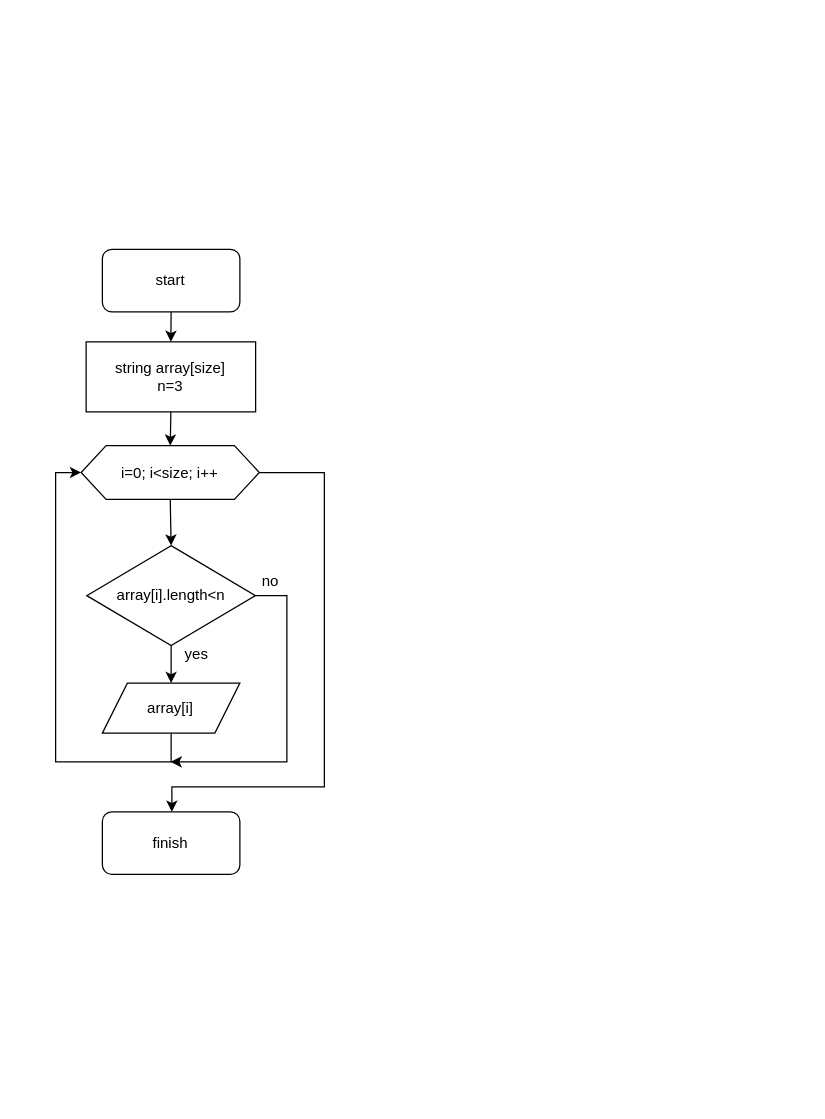
Above: block_diagram.drawio in lcoolerl/Itogovaja (draw.io), before the change. Source tidied: cells renumbered, new cells numbered last; positions are measured from the earlier drawing's top-left corner, leaving out a move shared by most shapes. Both pictures are drawn from the tidied source at 125%, with x=0, y=0 at pixel (55, 249).
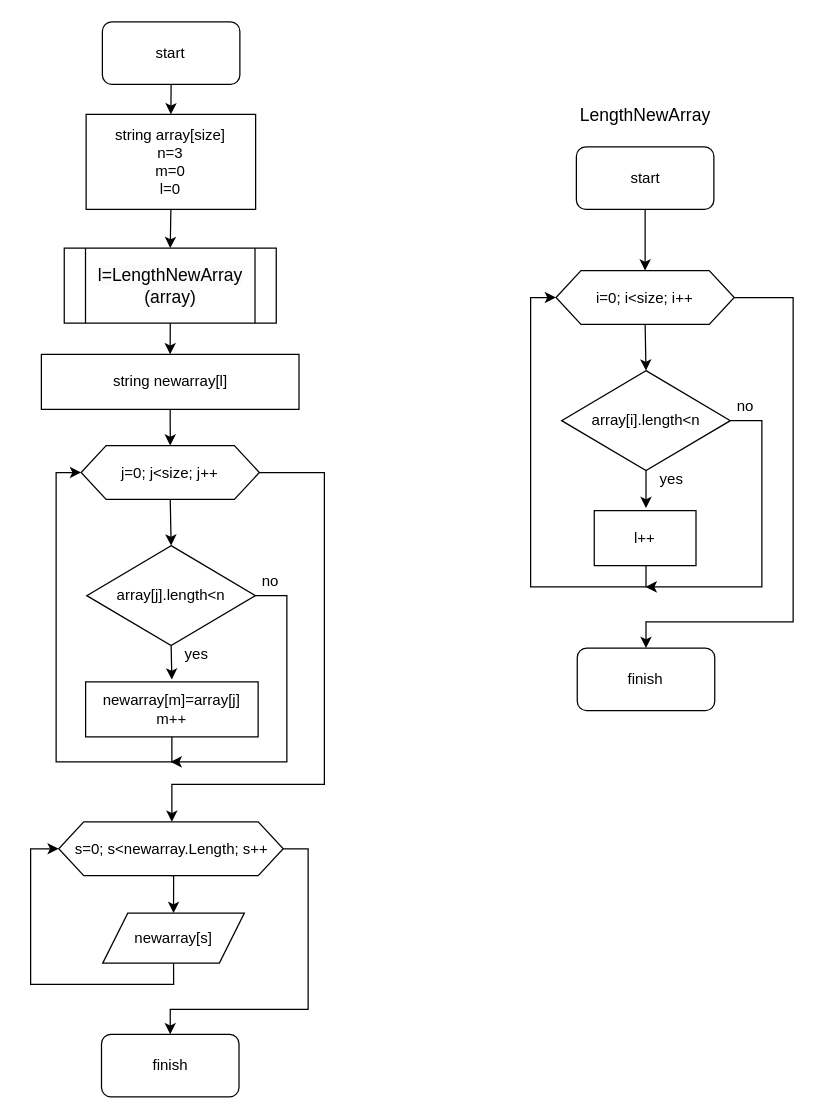
The same page after the edit.

Commit message (it also covers changes not shown here):
new block_diagram s funkciei

The edit, as a diff of the source:
```diff
@@
     <mxCell id="3" value="start" style="rounded=1;whiteSpace=wrap;html=1;" parent="1" vertex="1">
-      <mxGeometry x="37.4" width="110" height="50" as="geometry" />
+      <mxGeometry x="37.4" y="-182" width="110" height="50" as="geometry" />
     </mxCell>
-    <mxCell id="4" style="edgeStyle=orthogonalEdgeStyle;rounded=0;jettySize=auto;html=1;exitX=0.5;exitY=1;exitDx=0;exitDy=0;entryX=0.5;entryY=0;entryDx=0;entryDy=0;" parent="1" edge="1" source="5" target="16">
-      <mxGeometry relative="1" as="geometry" />
-    </mxCell>
+    <mxCell id="17" style="edgeStyle=orthogonalEdgeStyle;rounded=0;jettySize=auto;html=1;exitX=0.5;exitY=1;exitDx=0;exitDy=0;entryX=0.5;entryY=0;entryDx=0;entryDy=0;" parent="1" edge="1" source="5" target="19">
+      <mxGeometry relative="1" as="geometry" />
+    </mxCell>
-    <mxCell id="5" value="string array[size]&lt;div&gt;n=3&lt;/div&gt;" style="rounded=0;whiteSpace=wrap;html=1;" parent="1" vertex="1">
-      <mxGeometry x="24.4" y="74" width="135.6" height="56" as="geometry" />
+    <mxCell id="5" value="string array[size]&lt;div&gt;n=3&lt;/div&gt;&lt;div&gt;m=0&lt;/div&gt;&lt;div&gt;l=0&lt;/div&gt;" style="rounded=0;whiteSpace=wrap;html=1;" parent="1" vertex="1">
+      <mxGeometry x="24.4" y="-108" width="135.6" height="76" as="geometry" />
     </mxCell>
-    <mxCell id="6" style="edgeStyle=orthogonalEdgeStyle;rounded=0;jettySize=auto;html=1;exitX=0.5;exitY=1;exitDx=0;exitDy=0;entryX=0.5;entryY=0;entryDx=0;entryDy=0;" parent="1" edge="1" source="8" target="10">
+    <mxCell id="6" style="edgeStyle=orthogonalEdgeStyle;rounded=0;jettySize=auto;html=1;exitX=0.5;exitY=1;exitDx=0;exitDy=0;entryX=0.5;entryY=-0.042;entryDx=0;entryDy=0;entryPerimeter=0;" parent="1" edge="1" source="8" target="42">
       <mxGeometry relative="1" as="geometry" />
     </mxCell>
@@
-    <mxCell id="8" value="array[i].length&amp;lt;n" style="rhombus;whiteSpace=wrap;html=1;" parent="1" vertex="1">
+    <mxCell id="8" value="array[j].length&amp;lt;n" style="rhombus;whiteSpace=wrap;html=1;" parent="1" vertex="1">
       <mxGeometry x="24.9" y="237" width="135" height="80" as="geometry" />
     </mxCell>
-    <mxCell id="9" style="edgeStyle=orthogonalEdgeStyle;rounded=0;jettySize=auto;html=1;exitX=0.5;exitY=1;exitDx=0;exitDy=0;entryX=0;entryY=0.5;entryDx=0;entryDy=0;" parent="1" edge="1" source="10" target="16">
-      <mxGeometry relative="1" as="geometry">
-        <Array as="points">
-          <mxPoint x="92" y="410" />
-          <mxPoint y="410" />
-          <mxPoint y="179" />
-        </Array>
-      </mxGeometry>
-    </mxCell>
-    <mxCell id="10" value="array[i]" style="shape=parallelogram;perimeter=parallelogramPerimeter;whiteSpace=wrap;html=1;fixedSize=1;" parent="1" vertex="1">
-      <mxGeometry x="37.4" y="347" width="110" height="40" as="geometry" />
-    </mxCell>
@@
     <mxCell id="13" value="finish" style="rounded=1;whiteSpace=wrap;html=1;" parent="1" vertex="1">
-      <mxGeometry x="37.4" y="450" width="110" height="50" as="geometry" />
+      <mxGeometry x="36.7" y="628" width="110" height="50" as="geometry" />
     </mxCell>
@@
-    <mxCell id="15" style="edgeStyle=orthogonalEdgeStyle;rounded=0;jettySize=auto;html=1;exitX=1;exitY=0.5;exitDx=0;exitDy=0;" parent="1" edge="1" source="16" target="13">
+    <mxCell id="15" style="edgeStyle=orthogonalEdgeStyle;rounded=0;jettySize=auto;html=1;exitX=1;exitY=0.5;exitDx=0;exitDy=0;" parent="1" edge="1" source="16">
       <mxGeometry relative="1" as="geometry">
+        <mxPoint x="93" y="458" as="targetPoint" />
         <Array as="points">
           <mxPoint x="215" y="179" />
-          <mxPoint x="215" y="430" />
-          <mxPoint x="93" y="430" />
+          <mxPoint x="215" y="428" />
+          <mxPoint x="93" y="428" />
         </Array>
       </mxGeometry>
     </mxCell>
-    <mxCell id="16" value="i=0; i&amp;lt;size; i++" style="shape=hexagon;perimeter=hexagonPerimeter2;whiteSpace=wrap;html=1;fixedSize=1;" parent="1" vertex="1">
+    <mxCell id="16" value="j=0; j&amp;lt;size; j++" style="shape=hexagon;perimeter=hexagonPerimeter2;whiteSpace=wrap;html=1;fixedSize=1;" parent="1" vertex="1">
       <mxGeometry x="20.4" y="157" width="142.6" height="43" as="geometry" />
     </mxCell>
+    <mxCell id="18" style="edgeStyle=orthogonalEdgeStyle;rounded=0;jettySize=auto;html=1;exitX=0.5;exitY=1;exitDx=0;exitDy=0;entryX=0.5;entryY=0;entryDx=0;entryDy=0;" parent="1" edge="1" source="19" target="33">
+      <mxGeometry relative="1" as="geometry" />
+    </mxCell>
+    <mxCell id="19" value="&lt;span style=&quot;color: rgb(0, 0, 0); font-family: Helvetica; font-size: 14px; font-style: normal; font-variant-ligatures: normal; font-variant-caps: normal; font-weight: 400; letter-spacing: normal; orphans: 2; text-align: center; text-indent: 0px; text-transform: none; widows: 2; word-spacing: 0px; -webkit-text-stroke-width: 0px; background-color: rgb(251, 251, 251); text-decoration-thickness: initial; text-decoration-style: initial; text-decoration-color: initial; float: none; display: inline !important;&quot;&gt;l=LengthNewArray (array)&lt;/span&gt;" style="shape=process;whiteSpace=wrap;html=1;backgroundOutline=1;" parent="1" vertex="1">
+      <mxGeometry x="6.9" y="-1" width="169.6" height="60" as="geometry" />
+    </mxCell>
+    <mxCell id="20" style="edgeStyle=orthogonalEdgeStyle;rounded=0;jettySize=auto;html=1;exitX=0.5;exitY=1;exitDx=0;exitDy=0;entryX=0.5;entryY=0;entryDx=0;entryDy=0;" parent="1" edge="1" source="21" target="30">
+      <mxGeometry relative="1" as="geometry" />
+    </mxCell>
+    <mxCell id="21" value="start" style="rounded=1;whiteSpace=wrap;html=1;" parent="1" vertex="1">
+      <mxGeometry x="416.6" y="-82" width="110" height="50" as="geometry" />
+    </mxCell>
+    <mxCell id="22" style="edgeStyle=orthogonalEdgeStyle;rounded=0;jettySize=auto;html=1;exitX=0.5;exitY=1;exitDx=0;exitDy=0;entryX=0.5;entryY=0;entryDx=0;entryDy=0;" parent="1" edge="1" source="24">
+      <mxGeometry relative="1" as="geometry">
+        <mxPoint x="472.3" y="207" as="targetPoint" />
+      </mxGeometry>
+    </mxCell>
+    <mxCell id="23" style="edgeStyle=orthogonalEdgeStyle;rounded=0;jettySize=auto;html=1;exitX=1;exitY=0.5;exitDx=0;exitDy=0;" parent="1" edge="1" source="24">
+      <mxGeometry relative="1" as="geometry">
+        <mxPoint x="472" y="270" as="targetPoint" />
+        <Array as="points">
+          <mxPoint x="565" y="137" />
+          <mxPoint x="565" y="270" />
+        </Array>
+      </mxGeometry>
+    </mxCell>
+    <mxCell id="24" value="array[i].length&amp;lt;n" style="rhombus;whiteSpace=wrap;html=1;" parent="1" vertex="1">
+      <mxGeometry x="404.8" y="97" width="135" height="80" as="geometry" />
+    </mxCell>
+    <mxCell id="25" style="edgeStyle=orthogonalEdgeStyle;rounded=0;jettySize=auto;html=1;exitX=0.5;exitY=1;exitDx=0;exitDy=0;entryX=0;entryY=0.5;entryDx=0;entryDy=0;" parent="1" edge="1" target="30">
+      <mxGeometry relative="1" as="geometry">
+        <mxPoint x="472.3" y="247" as="sourcePoint" />
+        <Array as="points">
+          <mxPoint x="472" y="270" />
+          <mxPoint x="380" y="270" />
+          <mxPoint x="380" y="39" />
+        </Array>
+      </mxGeometry>
+    </mxCell>
+    <mxCell id="26" value="yes" style="text;html=1;align=center;verticalAlign=middle;whiteSpace=wrap;rounded=0;" parent="1" vertex="1">
+      <mxGeometry x="463.3" y="169" width="60" height="30" as="geometry" />
+    </mxCell>
+    <mxCell id="27" value="no" style="text;html=1;align=center;verticalAlign=middle;whiteSpace=wrap;rounded=0;" parent="1" vertex="1">
+      <mxGeometry x="522.3" y="111" width="60" height="30" as="geometry" />
+    </mxCell>
+    <mxCell id="28" style="edgeStyle=orthogonalEdgeStyle;rounded=0;jettySize=auto;html=1;exitX=0.5;exitY=1;exitDx=0;exitDy=0;entryX=0.5;entryY=0;entryDx=0;entryDy=0;" parent="1" edge="1" source="30" target="24">
+      <mxGeometry relative="1" as="geometry" />
+    </mxCell>
+    <mxCell id="29" style="edgeStyle=orthogonalEdgeStyle;rounded=0;jettySize=auto;html=1;exitX=1;exitY=0.5;exitDx=0;exitDy=0;entryX=0.5;entryY=0;entryDx=0;entryDy=0;" parent="1" edge="1" source="30" target="34">
+      <mxGeometry relative="1" as="geometry">
+        <Array as="points">
+          <mxPoint x="590" y="39" />
+          <mxPoint x="590" y="298" />
+          <mxPoint x="472" y="298" />
+        </Array>
+      </mxGeometry>
+    </mxCell>
+    <mxCell id="30" value="i=0; i&amp;lt;size; i++" style="shape=hexagon;perimeter=hexagonPerimeter2;whiteSpace=wrap;html=1;fixedSize=1;" parent="1" vertex="1">
+      <mxGeometry x="400.3" y="17" width="142.6" height="43" as="geometry" />
+    </mxCell>
+    <mxCell id="31" value="&lt;font style=&quot;font-size: 14px;&quot;&gt;LengthNewArray&lt;/font&gt;" style="text;html=1;align=center;verticalAlign=middle;whiteSpace=wrap;rounded=0;" parent="1" vertex="1">
+      <mxGeometry x="413.1" y="-122" width="118.4" height="30" as="geometry" />
+    </mxCell>
+    <mxCell id="32" style="edgeStyle=orthogonalEdgeStyle;rounded=0;jettySize=auto;html=1;exitX=0.5;exitY=1;exitDx=0;exitDy=0;entryX=0.5;entryY=0;entryDx=0;entryDy=0;" parent="1" edge="1" source="33" target="16">
+      <mxGeometry relative="1" as="geometry" />
+    </mxCell>
+    <mxCell id="33" value="string newarray[l]" style="rounded=0;whiteSpace=wrap;html=1;" parent="1" vertex="1">
+      <mxGeometry x="-11.4" y="84" width="206.1" height="44" as="geometry" />
+    </mxCell>
+    <mxCell id="34" value="finish" style="rounded=1;whiteSpace=wrap;html=1;" parent="1" vertex="1">
+      <mxGeometry x="417.3" y="319" width="110" height="50" as="geometry" />
+    </mxCell>
+    <mxCell id="35" value="l++" style="rounded=0;whiteSpace=wrap;html=1;" parent="1" vertex="1">
+      <mxGeometry x="430.9" y="209" width="81.4" height="44" as="geometry" />
+    </mxCell>
+    <mxCell id="36" style="edgeStyle=orthogonalEdgeStyle;rounded=0;jettySize=auto;html=1;exitX=0.5;exitY=1;exitDx=0;exitDy=0;entryX=0;entryY=0.5;entryDx=0;entryDy=0;" parent="1" edge="1" source="37" target="40">
+      <mxGeometry relative="1" as="geometry">
+        <Array as="points">
+          <mxPoint x="94" y="588" />
+          <mxPoint x="-20" y="588" />
+          <mxPoint x="-20" y="480" />
+        </Array>
+      </mxGeometry>
+    </mxCell>
+    <mxCell id="37" value="newarray[s]" style="shape=parallelogram;perimeter=parallelogramPerimeter;whiteSpace=wrap;html=1;fixedSize=1;" parent="1" vertex="1">
+      <mxGeometry x="37.7" y="531" width="113.3" height="40" as="geometry" />
+    </mxCell>
+    <mxCell id="38" style="edgeStyle=orthogonalEdgeStyle;rounded=0;jettySize=auto;html=1;exitX=1;exitY=0.5;exitDx=0;exitDy=0;entryX=0.5;entryY=0;entryDx=0;entryDy=0;" parent="1" edge="1" source="40" target="13">
+      <mxGeometry relative="1" as="geometry">
+        <Array as="points">
+          <mxPoint x="202" y="480" />
+          <mxPoint x="202" y="608" />
+          <mxPoint x="92" y="608" />
+        </Array>
+      </mxGeometry>
+    </mxCell>
+    <mxCell id="39" style="edgeStyle=orthogonalEdgeStyle;rounded=0;jettySize=auto;html=1;exitX=0.5;exitY=1;exitDx=0;exitDy=0;entryX=0.5;entryY=0;entryDx=0;entryDy=0;" parent="1" edge="1" source="40" target="37">
+      <mxGeometry relative="1" as="geometry" />
+    </mxCell>
+    <mxCell id="40" value="s=0; s&amp;lt;newarray.Length; s++" style="shape=hexagon;perimeter=hexagonPerimeter2;whiteSpace=wrap;html=1;fixedSize=1;" parent="1" vertex="1">
+      <mxGeometry x="2.5" y="458" width="179.6" height="43" as="geometry" />
+    </mxCell>
+    <mxCell id="41" style="edgeStyle=orthogonalEdgeStyle;rounded=0;jettySize=auto;html=1;exitX=0.5;exitY=1;exitDx=0;exitDy=0;entryX=0;entryY=0.5;entryDx=0;entryDy=0;" parent="1" edge="1" source="42" target="16">
+      <mxGeometry relative="1" as="geometry" />
+    </mxCell>
+    <mxCell id="42" value="newarray[m]=array[j]&lt;br&gt;m++" style="rounded=0;whiteSpace=wrap;html=1;" parent="1" vertex="1">
+      <mxGeometry x="24" y="346" width="138" height="44" as="geometry" />
+    </mxCell>
```
